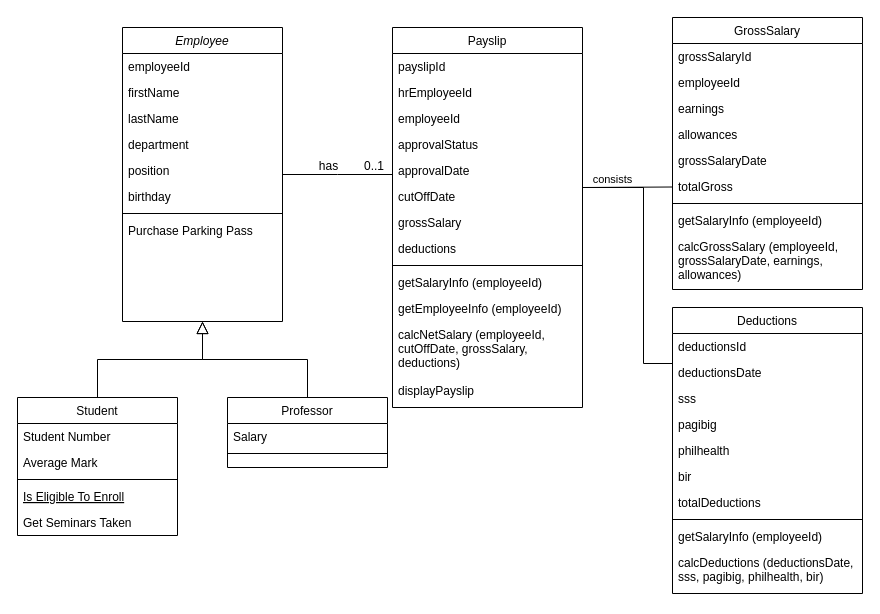
The draw.io diagram S2101 Team 3 OOP MotorPH Class Diagram.drawio in MichaelAngelLu/Computer-Programming, before the edit. Source tidied: cells renumbered, new cells numbered last; positions are measured from the earlier drawing's top-left corner, leaving out a move shared by most shapes. Both pictures are drawn from the tidied source at 100%, with x=0, y=0 at pixel (17, 17).
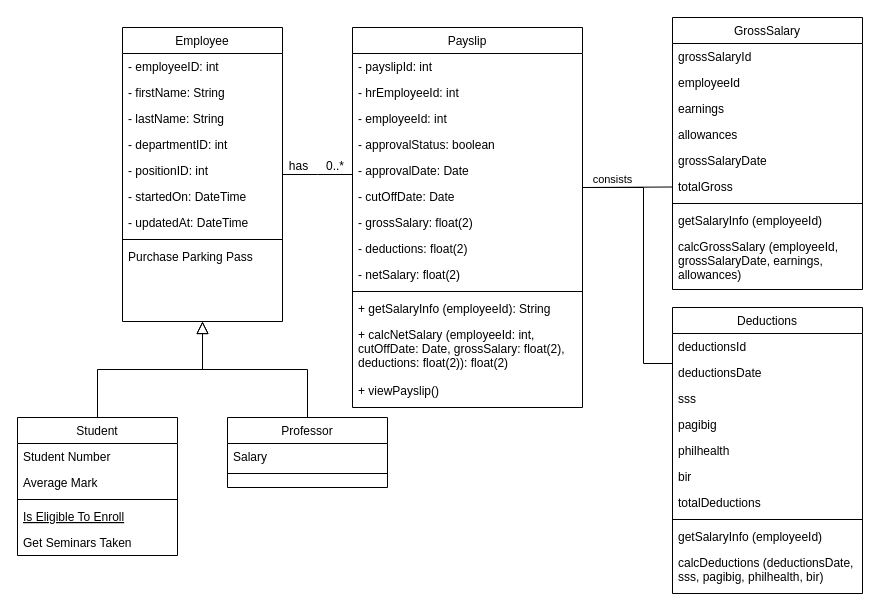
Above is the later version.

The change refers to these unchanged cells:
```xml
<mxCell id="36" style="endArrow=none;shadow=0;strokeWidth=1;rounded=0;endFill=0;edgeStyle=elbowEdgeStyle;elbow=vertical;" parent="1" edge="1" source="2" target="22">
  <mxGeometry x="0.5" y="41" relative="1" as="geometry">
    <mxPoint x="-40" y="32" as="offset" />
  </mxGeometry>
</mxCell>
```

Change to the diagram source:
```diff
@@
-    <mxCell id="2" value="Employee" style="swimlane;fontStyle=2;align=center;verticalAlign=top;horizontal=1;startSize=26;rounded=0;shadow=0;strokeWidth=1;" parent="1" vertex="1">
+    <mxCell id="2" value="Employee" style="swimlane;fontStyle=0;align=center;verticalAlign=top;horizontal=1;startSize=26;rounded=0;shadow=0;strokeWidth=1;" parent="1" vertex="1">
       <mxGeometry x="105" y="10" width="160" height="294" as="geometry" />
     </mxCell>
-    <mxCell id="3" value="employeeId" style="text;align=left;verticalAlign=top;spacingLeft=4;spacingRight=4;overflow=hidden;" parent="2" vertex="1">
+    <mxCell id="3" value="- employeeID: int" style="text;align=left;verticalAlign=top;spacingLeft=4;spacingRight=4;overflow=hidden;" parent="2" vertex="1">
       <mxGeometry y="26" width="160" height="26" as="geometry" />
     </mxCell>
-    <mxCell id="4" value="firstName" style="text;align=left;verticalAlign=top;spacingLeft=4;spacingRight=4;overflow=hidden;rounded=0;shadow=0;html=0;" parent="2" vertex="1">
+    <mxCell id="4" value="- firstName: String" style="text;align=left;verticalAlign=top;spacingLeft=4;spacingRight=4;overflow=hidden;rounded=0;shadow=0;html=0;" parent="2" vertex="1">
       <mxGeometry y="52" width="160" height="26" as="geometry" />
     </mxCell>
-    <mxCell id="5" value="lastName" style="text;align=left;verticalAlign=top;spacingLeft=4;spacingRight=4;overflow=hidden;rounded=0;shadow=0;html=0;" parent="2" vertex="1">
+    <mxCell id="5" value="- lastName: String" style="text;align=left;verticalAlign=top;spacingLeft=4;spacingRight=4;overflow=hidden;rounded=0;shadow=0;html=0;" parent="2" vertex="1">
       <mxGeometry y="78" width="160" height="26" as="geometry" />
     </mxCell>
-    <mxCell id="6" value="department" style="text;align=left;verticalAlign=top;spacingLeft=4;spacingRight=4;overflow=hidden;rounded=0;shadow=0;html=0;" parent="2" vertex="1">
+    <mxCell id="6" value="- departmentID: int" style="text;align=left;verticalAlign=top;spacingLeft=4;spacingRight=4;overflow=hidden;rounded=0;shadow=0;html=0;" parent="2" vertex="1">
       <mxGeometry y="104" width="160" height="26" as="geometry" />
     </mxCell>
-    <mxCell id="7" value="position" style="text;align=left;verticalAlign=top;spacingLeft=4;spacingRight=4;overflow=hidden;rounded=0;shadow=0;html=0;" parent="2" vertex="1">
+    <mxCell id="7" value="- positionID: int" style="text;align=left;verticalAlign=top;spacingLeft=4;spacingRight=4;overflow=hidden;rounded=0;shadow=0;html=0;" parent="2" vertex="1">
       <mxGeometry y="130" width="160" height="26" as="geometry" />
     </mxCell>
-    <mxCell id="8" value="birthday" style="text;align=left;verticalAlign=top;spacingLeft=4;spacingRight=4;overflow=hidden;rounded=0;shadow=0;html=0;" parent="2" vertex="1">
+    <mxCell id="8" value="- startedOn: DateTime" style="text;align=left;verticalAlign=top;spacingLeft=4;spacingRight=4;overflow=hidden;rounded=0;shadow=0;html=0;" parent="2" vertex="1">
       <mxGeometry y="156" width="160" height="26" as="geometry" />
     </mxCell>
+    <mxCell id="64" value="- updatedAt: DateTime" style="text;align=left;verticalAlign=top;spacingLeft=4;spacingRight=4;overflow=hidden;rounded=0;shadow=0;html=0;" parent="2" vertex="1">
+      <mxGeometry y="182" width="160" height="26" as="geometry" />
+    </mxCell>
     <mxCell id="9" style="line;html=1;strokeWidth=1;align=left;verticalAlign=middle;spacingTop=-1;spacingLeft=3;spacingRight=3;labelPosition=right;" parent="2" vertex="1">
-      <mxGeometry y="182" width="160" height="8" as="geometry" />
+      <mxGeometry y="208" width="160" height="8" as="geometry" />
     </mxCell>
     <mxCell id="10" value="Purchase Parking Pass" style="text;align=left;verticalAlign=top;spacingLeft=4;spacingRight=4;overflow=hidden;" parent="2" vertex="1">
-      <mxGeometry y="190" width="160" height="26" as="geometry" />
+      <mxGeometry y="216" width="160" height="26" as="geometry" />
     </mxCell>
     <mxCell id="11" value="Student" style="swimlane;fontStyle=0;align=center;verticalAlign=top;horizontal=1;startSize=26;rounded=0;shadow=0;strokeWidth=1;" parent="1" vertex="1">
-      <mxGeometry y="380" width="160" height="138" as="geometry" />
+      <mxGeometry y="400" width="160" height="138" as="geometry" />
     </mxCell>
@@
     <mxCell id="18" value="Professor" style="swimlane;fontStyle=0;align=center;verticalAlign=top;horizontal=1;startSize=26;rounded=0;shadow=0;strokeWidth=1;" parent="1" vertex="1">
-      <mxGeometry x="210" y="380" width="160" height="70" as="geometry" />
+      <mxGeometry x="210" y="400" width="160" height="70" as="geometry" />
     </mxCell>
@@
     <mxCell id="22" value="Payslip" style="swimlane;fontStyle=0;align=center;verticalAlign=top;horizontal=1;startSize=26;rounded=0;shadow=0;strokeWidth=1;" parent="1" vertex="1">
-      <mxGeometry x="375" y="10" width="190" height="380" as="geometry" />
+      <mxGeometry x="335" y="10" width="230" height="380" as="geometry" />
     </mxCell>
-    <mxCell id="23" value="payslipId" style="text;align=left;verticalAlign=top;spacingLeft=4;spacingRight=4;overflow=hidden;" parent="22" vertex="1">
-      <mxGeometry y="26" width="190" height="26" as="geometry" />
+    <mxCell id="23" value="- payslipId: int" style="text;align=left;verticalAlign=top;spacingLeft=4;spacingRight=4;overflow=hidden;" parent="22" vertex="1">
+      <mxGeometry y="26" width="230" height="26" as="geometry" />
     </mxCell>
-    <mxCell id="24" value="hrEmployeeId" style="text;align=left;verticalAlign=top;spacingLeft=4;spacingRight=4;overflow=hidden;rounded=0;shadow=0;html=0;" parent="22" vertex="1">
-      <mxGeometry y="52" width="190" height="26" as="geometry" />
+    <mxCell id="24" value="- hrEmployeeId: int" style="text;align=left;verticalAlign=top;spacingLeft=4;spacingRight=4;overflow=hidden;rounded=0;shadow=0;html=0;" parent="22" vertex="1">
+      <mxGeometry y="52" width="230" height="26" as="geometry" />
     </mxCell>
-    <mxCell id="25" value="employeeId" style="text;align=left;verticalAlign=top;spacingLeft=4;spacingRight=4;overflow=hidden;rounded=0;shadow=0;html=0;" parent="22" vertex="1">
-      <mxGeometry y="78" width="190" height="26" as="geometry" />
+    <mxCell id="25" value="- employeeId: int" style="text;align=left;verticalAlign=top;spacingLeft=4;spacingRight=4;overflow=hidden;rounded=0;shadow=0;html=0;" parent="22" vertex="1">
+      <mxGeometry y="78" width="230" height="26" as="geometry" />
     </mxCell>
-    <mxCell id="26" value="approvalStatus" style="text;align=left;verticalAlign=top;spacingLeft=4;spacingRight=4;overflow=hidden;rounded=0;shadow=0;html=0;" parent="22" vertex="1">
-      <mxGeometry y="104" width="190" height="26" as="geometry" />
+    <mxCell id="26" value="- approvalStatus: boolean" style="text;align=left;verticalAlign=top;spacingLeft=4;spacingRight=4;overflow=hidden;rounded=0;shadow=0;html=0;" parent="22" vertex="1">
+      <mxGeometry y="104" width="230" height="26" as="geometry" />
     </mxCell>
-    <mxCell id="27" value="approvalDate" style="text;align=left;verticalAlign=top;spacingLeft=4;spacingRight=4;overflow=hidden;rounded=0;shadow=0;html=0;" parent="22" vertex="1">
-      <mxGeometry y="130" width="190" height="26" as="geometry" />
+    <mxCell id="27" value="- approvalDate: Date" style="text;align=left;verticalAlign=top;spacingLeft=4;spacingRight=4;overflow=hidden;rounded=0;shadow=0;html=0;" parent="22" vertex="1">
+      <mxGeometry y="130" width="230" height="26" as="geometry" />
     </mxCell>
-    <mxCell id="28" value="cutOffDate" style="text;align=left;verticalAlign=top;spacingLeft=4;spacingRight=4;overflow=hidden;rounded=0;shadow=0;html=0;" parent="22" vertex="1">
-      <mxGeometry y="156" width="190" height="26" as="geometry" />
+    <mxCell id="28" value="- cutOffDate: Date" style="text;align=left;verticalAlign=top;spacingLeft=4;spacingRight=4;overflow=hidden;rounded=0;shadow=0;html=0;" parent="22" vertex="1">
+      <mxGeometry y="156" width="230" height="26" as="geometry" />
     </mxCell>
-    <mxCell id="29" value="grossSalary" style="text;align=left;verticalAlign=top;spacingLeft=4;spacingRight=4;overflow=hidden;rounded=0;shadow=0;html=0;" parent="22" vertex="1">
-      <mxGeometry y="182" width="190" height="26" as="geometry" />
+    <mxCell id="29" value="- grossSalary: float(2)" style="text;align=left;verticalAlign=top;spacingLeft=4;spacingRight=4;overflow=hidden;rounded=0;shadow=0;html=0;" parent="22" vertex="1">
+      <mxGeometry y="182" width="230" height="26" as="geometry" />
     </mxCell>
-    <mxCell id="30" value="deductions" style="text;align=left;verticalAlign=top;spacingLeft=4;spacingRight=4;overflow=hidden;rounded=0;shadow=0;html=0;" parent="22" vertex="1">
-      <mxGeometry y="208" width="190" height="26" as="geometry" />
+    <mxCell id="30" value="- deductions: float(2)" style="text;align=left;verticalAlign=top;spacingLeft=4;spacingRight=4;overflow=hidden;rounded=0;shadow=0;html=0;" parent="22" vertex="1">
+      <mxGeometry y="208" width="230" height="26" as="geometry" />
     </mxCell>
+    <mxCell id="65" value="- netSalary: float(2)" style="text;align=left;verticalAlign=top;spacingLeft=4;spacingRight=4;overflow=hidden;rounded=0;shadow=0;html=0;" parent="22" vertex="1">
+      <mxGeometry y="234" width="230" height="26" as="geometry" />
+    </mxCell>
     <mxCell id="31" style="line;html=1;strokeWidth=1;align=left;verticalAlign=middle;spacingTop=-1;spacingLeft=3;spacingRight=3;labelPosition=right;" parent="22" vertex="1">
-      <mxGeometry y="234" width="190" height="8" as="geometry" />
+      <mxGeometry y="260" width="230" height="8" as="geometry" />
     </mxCell>
-    <mxCell id="32" value="getSalaryInfo (employeeId)" style="text;align=left;verticalAlign=top;spacingLeft=4;spacingRight=4;overflow=hidden;" parent="22" vertex="1">
-      <mxGeometry y="242" width="190" height="26" as="geometry" />
+    <mxCell id="32" value="+ getSalaryInfo (employeeId): String" style="text;align=left;verticalAlign=top;spacingLeft=4;spacingRight=4;overflow=hidden;" parent="22" vertex="1">
+      <mxGeometry y="268" width="230" height="26" as="geometry" />
     </mxCell>
-    <mxCell id="33" value="getEmployeeInfo (employeeId)" style="text;align=left;verticalAlign=top;spacingLeft=4;spacingRight=4;overflow=hidden;" parent="22" vertex="1">
-      <mxGeometry y="268" width="190" height="26" as="geometry" />
-    </mxCell>
-    <mxCell id="34" value="calcNetSalary (employeeId, &#10;cutOffDate, grossSalary, &#10;deductions)" style="text;align=left;verticalAlign=top;spacingLeft=4;spacingRight=4;overflow=hidden;" parent="22" vertex="1">
-      <mxGeometry y="294" width="190" height="56" as="geometry" />
+    <mxCell id="34" value="+ calcNetSalary (employeeId: int, &#10;cutOffDate: Date, grossSalary: float(2), &#10;deductions: float(2)): float(2)" style="text;align=left;verticalAlign=top;spacingLeft=4;spacingRight=4;overflow=hidden;" parent="22" vertex="1">
+      <mxGeometry y="294" width="230" height="56" as="geometry" />
     </mxCell>
-    <mxCell id="35" value="displayPayslip" style="text;align=left;verticalAlign=top;spacingLeft=4;spacingRight=4;overflow=hidden;" parent="22" vertex="1">
-      <mxGeometry y="350" width="190" height="30" as="geometry" />
+    <mxCell id="35" value="+ viewPayslip()" style="text;align=left;verticalAlign=top;spacingLeft=4;spacingRight=4;overflow=hidden;" parent="22" vertex="1">
+      <mxGeometry y="350" width="230" height="30" as="geometry" />
     </mxCell>
@@
-    <mxCell id="38" value="0..1" style="align=right;verticalAlign=bottom;labelBackgroundColor=none;fontSize=12;" parent="36" vertex="1">
+    <mxCell id="38" value="0..*" style="align=right;verticalAlign=bottom;labelBackgroundColor=none;fontSize=12;" parent="36" vertex="1">
       <mxGeometry x="1" relative="1" as="geometry">
         <mxPoint x="-7" as="offset" />
       </mxGeometry>
     </mxCell>
```
